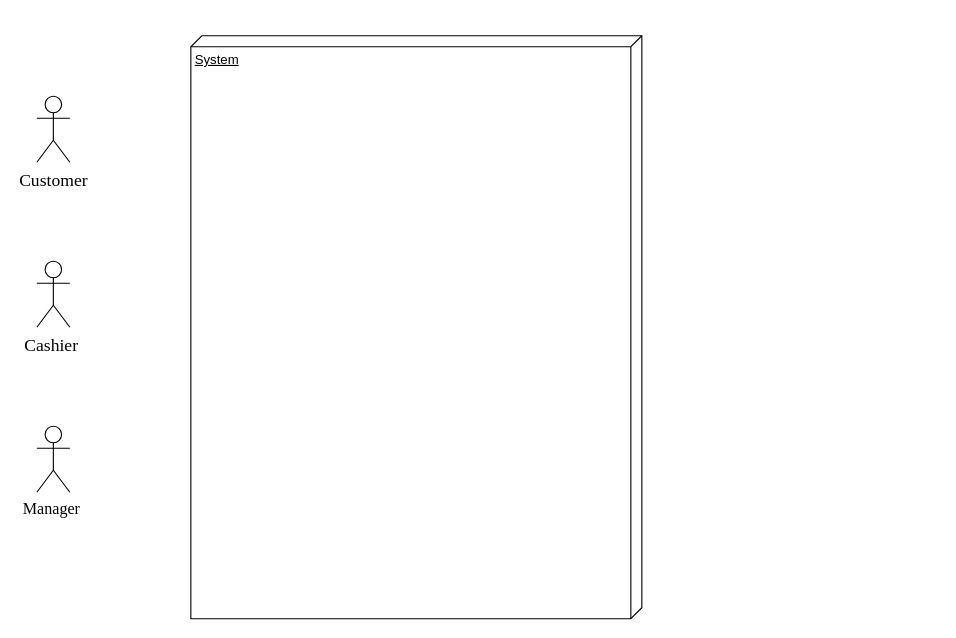
ElonZhang-YQ/FinalProject keeps this draw.io diagram as ass4_1.drawio. Above is the earlier version. Source tidied: cells renumbered, new cells numbered last; positions are measured from the earlier drawing's top-left corner, leaving out a move shared by most shapes. Both pictures are drawn from the tidied source at 110%, with x=0, y=0 at pixel (36, 35).
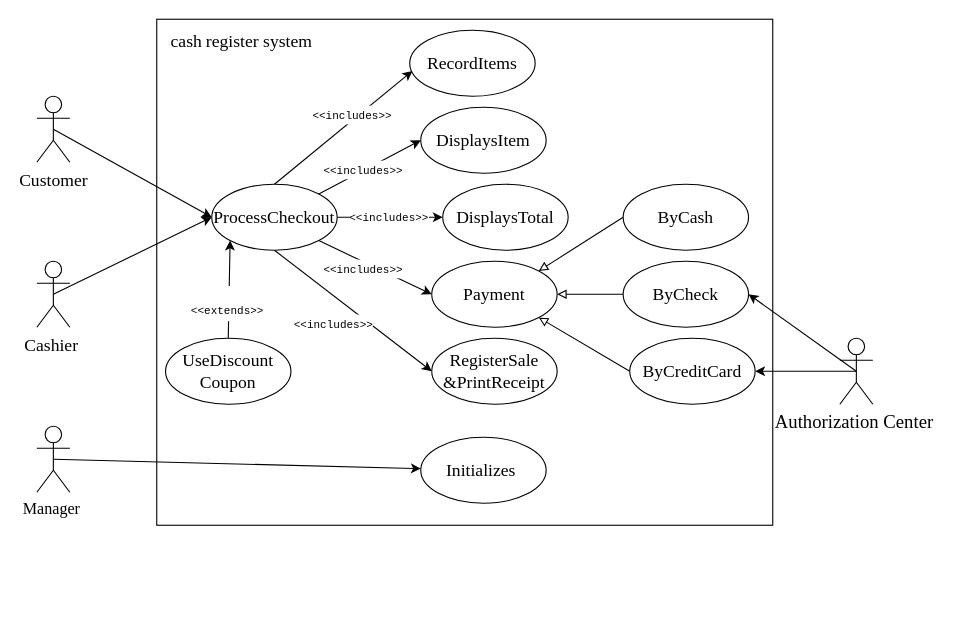
Above is the later version.

The change refers to these unchanged cells:
```xml
<mxCell id="3" value="&lt;span style=&quot;font-size: 12.0pt ; font-family: &amp;#34;times new roman&amp;#34; , serif&quot;&gt;Customer&lt;/span&gt;" style="shape=umlActor;verticalLabelPosition=bottom;verticalAlign=top;html=1;" parent="1" vertex="1">
  <mxGeometry y="55" width="30" height="60" as="geometry" />
</mxCell>
<mxCell id="4" value="&lt;span style=&quot;font-size: 12.0pt ; font-family: &amp;#34;times new roman&amp;#34; , serif&quot;&gt;Cashier&amp;nbsp;&lt;/span&gt;" style="shape=umlActor;verticalLabelPosition=bottom;verticalAlign=top;html=1;" parent="1" vertex="1">
  <mxGeometry y="205" width="30" height="60" as="geometry" />
</mxCell>
<mxCell id="5" value="&lt;span style=&quot;font-size: 11.0pt ; font-family: &amp;#34;times new roman&amp;#34; , serif&quot;&gt;Manager&amp;nbsp;&lt;/span&gt;" style="shape=umlActor;verticalLabelPosition=bottom;verticalAlign=top;html=1;fontFamily=Times New Roman;" parent="1" vertex="1">
  <mxGeometry y="355" width="30" height="60" as="geometry" />
</mxCell>
```

The edit, as a diff of the source:
```diff
@@
-    <mxCell id="2" value="System" style="verticalAlign=top;align=left;spacingTop=8;spacingLeft=2;spacingRight=12;shape=cube;size=10;direction=south;fontStyle=4;html=1;" parent="1" vertex="1">
-      <mxGeometry x="140" width="410" height="530" as="geometry" />
-    </mxCell>
+    <mxCell id="6" style="html=1;fontFamily=Times New Roman;" parent="1" vertex="1">
+      <mxGeometry x="109" y="-15" width="560" height="460" as="geometry" />
+    </mxCell>
+    <mxCell id="7" style="rounded=0;jettySize=auto;html=1;exitX=0.5;exitY=0.5;exitDx=0;exitDy=0;exitPerimeter=0;fontFamily=Times New Roman;" parent="1" edge="1" source="3">
+      <mxGeometry relative="1" as="geometry">
+        <mxPoint x="159" y="165" as="targetPoint" />
+      </mxGeometry>
+    </mxCell>
@@
+    <mxCell id="8" style="rounded=0;jettySize=auto;html=1;exitX=0.5;exitY=0.5;exitDx=0;exitDy=0;exitPerimeter=0;entryX=0;entryY=0.5;entryDx=0;entryDy=0;fontFamily=Times New Roman;" parent="1" edge="1" source="4" target="16">
+      <mxGeometry relative="1" as="geometry" />
+    </mxCell>
@@
+    <mxCell id="9" style="rounded=0;jettySize=auto;html=1;exitX=0.5;exitY=0.5;exitDx=0;exitDy=0;exitPerimeter=0;fontFamily=Times New Roman;" parent="1" edge="1" source="5" target="18">
+      <mxGeometry relative="1" as="geometry" />
+    </mxCell>
@@
+    <mxCell id="10" style="edgeStyle=none;rounded=0;jettySize=auto;html=1;fontFamily=Times New Roman;" parent="1" edge="1" source="16" target="20">
+      <mxGeometry relative="1" as="geometry" />
+    </mxCell>
+    <mxCell id="11" value="&lt;span style=&quot;font-family: &amp;#34;courier&amp;#34;&quot;&gt;&amp;lt;&amp;lt;includes&amp;gt;&amp;gt;&lt;/span&gt;" style="edgeLabel;html=1;align=center;verticalAlign=middle;fontSize=10;" parent="10" vertex="1">
+      <mxGeometry x="-0.32" y="1" relative="1" as="geometry">
+        <mxPoint x="13" y="1" as="offset" />
+      </mxGeometry>
+    </mxCell>
+    <mxCell id="12" style="edgeStyle=none;rounded=0;jettySize=auto;html=1;exitX=1;exitY=0;exitDx=0;exitDy=0;entryX=0;entryY=0.5;entryDx=0;entryDy=0;fontFamily=Times New Roman;" parent="1" edge="1" source="16" target="23">
+      <mxGeometry relative="1" as="geometry" />
+    </mxCell>
+    <mxCell id="13" style="edgeStyle=none;rounded=0;jettySize=auto;html=1;exitX=0.5;exitY=0;exitDx=0;exitDy=0;fontFamily=Times New Roman;entryX=0.021;entryY=0.617;entryDx=0;entryDy=0;entryPerimeter=0;" parent="1" edge="1" source="16" target="22">
+      <mxGeometry relative="1" as="geometry" />
+    </mxCell>
+    <mxCell id="14" style="edgeStyle=none;rounded=0;jettySize=auto;html=1;exitX=0.5;exitY=1;exitDx=0;exitDy=0;fontFamily=Times New Roman;entryX=0;entryY=0.5;entryDx=0;entryDy=0;" parent="1" edge="1" source="16" target="21">
+      <mxGeometry relative="1" as="geometry" />
+    </mxCell>
+    <mxCell id="15" style="edgeStyle=none;rounded=0;jettySize=auto;html=1;exitX=1;exitY=1;exitDx=0;exitDy=0;entryX=0;entryY=0.5;entryDx=0;entryDy=0;fontFamily=Times New Roman;" parent="1" edge="1" source="16" target="28">
+      <mxGeometry relative="1" as="geometry" />
+    </mxCell>
+    <mxCell id="16" value="&lt;span style=&quot;font-size: 12.0pt ; font-family: &amp;#34;times new roman&amp;#34; , serif&quot;&gt;ProcessCheckout&lt;/span&gt;" style="ellipse;whiteSpace=wrap;html=1;fontFamily=Times New Roman;" parent="1" vertex="1">
+      <mxGeometry x="159" y="135" width="114" height="60" as="geometry" />
+    </mxCell>
+    <mxCell id="17" value="&lt;span style=&quot;font-size: 12.0pt ; font-family: &amp;#34;times new roman&amp;#34; , serif&quot;&gt;&lt;span style=&quot;letter-spacing: -0.3pt&quot;&gt;&amp;nbsp;&lt;/span&gt;cash&lt;span style=&quot;letter-spacing: -0.25pt&quot;&gt; &lt;/span&gt;register system&lt;/span&gt;" style="text;html=1;align=center;verticalAlign=middle;strokeColor=none;fillColor=none;fontFamily=Times New Roman;" parent="1" vertex="1">
+      <mxGeometry x="109" y="-5" width="150" height="20" as="geometry" />
+    </mxCell>
+    <mxCell id="18" value="&lt;font face=&quot;times new roman, serif&quot;&gt;&lt;span style=&quot;font-size: 16px&quot;&gt;Initializes&amp;nbsp;&lt;/span&gt;&lt;/font&gt;" style="ellipse;whiteSpace=wrap;html=1;fontFamily=Times New Roman;" parent="1" vertex="1">
+      <mxGeometry x="349" y="365" width="114" height="60" as="geometry" />
+    </mxCell>
+    <mxCell id="19" style="edgeStyle=none;rounded=0;orthogonalLoop=1;jettySize=auto;html=1;exitX=1;exitY=0;exitDx=0;exitDy=0;fontFamily=Times New Roman;" parent="1" edge="1" source="16" target="16">
+      <mxGeometry relative="1" as="geometry" />
+    </mxCell>
+    <mxCell id="20" value="&lt;font face=&quot;times new roman, serif&quot;&gt;&lt;span style=&quot;font-size: 16px&quot;&gt;DisplaysTotal&lt;/span&gt;&lt;/font&gt;" style="ellipse;whiteSpace=wrap;html=1;fontFamily=Times New Roman;" parent="1" vertex="1">
+      <mxGeometry x="369" y="135" width="114" height="60" as="geometry" />
+    </mxCell>
+    <mxCell id="21" value="&lt;font face=&quot;times new roman, serif&quot;&gt;&lt;span style=&quot;font-size: 16px&quot;&gt;RegisterSale &amp;amp;PrintReceipt&lt;/span&gt;&lt;/font&gt;" style="ellipse;whiteSpace=wrap;html=1;fontFamily=Times New Roman;" parent="1" vertex="1">
+      <mxGeometry x="359" y="275" width="114" height="60" as="geometry" />
+    </mxCell>
+    <mxCell id="22" value="&lt;font face=&quot;times new roman, serif&quot;&gt;&lt;span style=&quot;font-size: 16px&quot;&gt;RecordItems&lt;/span&gt;&lt;/font&gt;" style="ellipse;whiteSpace=wrap;html=1;fontFamily=Times New Roman;" parent="1" vertex="1">
+      <mxGeometry x="339" y="-5" width="114" height="60" as="geometry" />
+    </mxCell>
+    <mxCell id="23" value="&lt;font face=&quot;times new roman, serif&quot;&gt;&lt;span style=&quot;font-size: 16px&quot;&gt;DisplaysItem&lt;/span&gt;&lt;/font&gt;" style="ellipse;whiteSpace=wrap;html=1;fontFamily=Times New Roman;" parent="1" vertex="1">
+      <mxGeometry x="349" y="65" width="114" height="60" as="geometry" />
+    </mxCell>
+    <mxCell id="24" style="edgeStyle=none;rounded=0;jettySize=auto;html=1;exitX=0.5;exitY=0;exitDx=0;exitDy=0;entryX=0;entryY=1;entryDx=0;entryDy=0;fontFamily=Times New Roman;fontSize=15;" parent="1" edge="1" source="27" target="16">
+      <mxGeometry relative="1" as="geometry" />
+    </mxCell>
+    <mxCell id="25" style="edgeLabel;html=1;align=center;verticalAlign=middle;fontSize=10;" parent="24" vertex="1">
+      <mxGeometry x="-0.32" y="3" relative="1" as="geometry" />
+    </mxCell>
+    <mxCell id="26" value="&lt;span style=&quot;font-family: &amp;#34;courier&amp;#34;&quot;&gt;&amp;lt;&amp;lt;extends&amp;gt;&amp;gt;&lt;/span&gt;&lt;span style=&quot;font-size: 20pt ; font-family: &amp;#34;perpetua&amp;#34;&quot;&gt;&lt;/span&gt;" style="edgeLabel;html=1;align=center;verticalAlign=middle;fontSize=10;" parent="24" vertex="1">
+      <mxGeometry x="-0.29" y="2" relative="1" as="geometry" />
+    </mxCell>
+    <mxCell id="27" value="&lt;span style=&quot;font-size: 12.0pt ; font-family: &amp;#34;times new roman&amp;#34; , serif&quot;&gt;UseDiscount&lt;br&gt;Coupon&lt;br&gt;&lt;/span&gt;" style="ellipse;whiteSpace=wrap;html=1;fontFamily=Times New Roman;" parent="1" vertex="1">
+      <mxGeometry x="117" y="275" width="114" height="60" as="geometry" />
+    </mxCell>
+    <mxCell id="28" value="&lt;span style=&quot;font-size: 12.0pt ; font-family: &amp;#34;times new roman&amp;#34; , serif&quot;&gt;Payment&lt;/span&gt;" style="ellipse;whiteSpace=wrap;html=1;fontFamily=Times New Roman;" parent="1" vertex="1">
+      <mxGeometry x="359" y="205" width="114" height="60" as="geometry" />
+    </mxCell>
+    <mxCell id="29" style="edgeStyle=none;rounded=0;jettySize=auto;html=1;exitX=0;exitY=0.5;exitDx=0;exitDy=0;entryX=1;entryY=0.5;entryDx=0;entryDy=0;fontSize=10;endArrow=block;endFill=0;" parent="1" edge="1" source="30" target="28">
+      <mxGeometry relative="1" as="geometry" />
+    </mxCell>
+    <mxCell id="30" value="&lt;font face=&quot;times new roman, serif&quot;&gt;&lt;span style=&quot;font-size: 16px&quot;&gt;ByCheck&lt;/span&gt;&lt;/font&gt;" style="ellipse;whiteSpace=wrap;html=1;fontFamily=Times New Roman;" parent="1" vertex="1">
+      <mxGeometry x="533" y="205" width="114" height="60" as="geometry" />
+    </mxCell>
+    <mxCell id="31" style="edgeStyle=none;rounded=0;jettySize=auto;html=1;exitX=0;exitY=0.5;exitDx=0;exitDy=0;fontSize=10;endArrow=block;endFill=0;entryX=1;entryY=0;entryDx=0;entryDy=0;" parent="1" edge="1" source="32" target="28">
+      <mxGeometry relative="1" as="geometry" />
+    </mxCell>
+    <mxCell id="32" value="&lt;font face=&quot;times new roman, serif&quot;&gt;&lt;span style=&quot;font-size: 16px&quot;&gt;ByCash&lt;/span&gt;&lt;/font&gt;" style="ellipse;whiteSpace=wrap;html=1;fontFamily=Times New Roman;" parent="1" vertex="1">
+      <mxGeometry x="533" y="135" width="114" height="60" as="geometry" />
+    </mxCell>
+    <mxCell id="33" style="edgeStyle=none;rounded=0;jettySize=auto;html=1;exitX=0;exitY=0.5;exitDx=0;exitDy=0;fontSize=10;endArrow=block;endFill=0;entryX=1;entryY=1;entryDx=0;entryDy=0;" parent="1" edge="1" source="34" target="28">
+      <mxGeometry relative="1" as="geometry" />
+    </mxCell>
+    <mxCell id="34" value="&lt;font face=&quot;times new roman, serif&quot;&gt;&lt;span style=&quot;font-size: 16px&quot;&gt;ByCreditCard&lt;/span&gt;&lt;/font&gt;" style="ellipse;whiteSpace=wrap;html=1;fontFamily=Times New Roman;" parent="1" vertex="1">
+      <mxGeometry x="539" y="275" width="114" height="60" as="geometry" />
+    </mxCell>
+    <mxCell id="35" style="edgeStyle=none;rounded=0;jettySize=auto;html=1;exitX=0.5;exitY=0.5;exitDx=0;exitDy=0;exitPerimeter=0;entryX=1;entryY=0.5;entryDx=0;entryDy=0;fontFamily=Times New Roman;" parent="1" edge="1" source="37" target="34">
+      <mxGeometry relative="1" as="geometry" />
+    </mxCell>
+    <mxCell id="36" style="edgeStyle=none;rounded=0;jettySize=auto;html=1;exitX=0.5;exitY=0.5;exitDx=0;exitDy=0;exitPerimeter=0;entryX=1;entryY=0.5;entryDx=0;entryDy=0;fontFamily=Times New Roman;" parent="1" edge="1" source="37" target="30">
+      <mxGeometry relative="1" as="geometry" />
+    </mxCell>
+    <mxCell id="37" value="&lt;font style=&quot;font-size: 17px&quot;&gt;Authorization Center&amp;nbsp;&lt;/font&gt;" style="shape=umlActor;verticalLabelPosition=bottom;verticalAlign=top;html=1;fontFamily=Times New Roman;" parent="1" vertex="1">
+      <mxGeometry x="730" y="275" width="30" height="60" as="geometry" />
+    </mxCell>
+    <mxCell id="38" value="&lt;span style=&quot;color: rgb(0 , 0 , 0) ; font-family: &amp;#34;courier&amp;#34; ; font-style: normal ; font-weight: 400 ; letter-spacing: normal ; text-align: center ; text-indent: 0px ; text-transform: none ; word-spacing: 0px ; background-color: rgb(255 , 255 , 255) ; display: inline ; float: none&quot;&gt;&lt;font style=&quot;font-size: 10px&quot;&gt;&amp;lt;&amp;lt;includes&amp;gt;&amp;gt;&lt;/font&gt;&lt;/span&gt;" style="text;whiteSpace=wrap;html=1;fontSize=15;fontFamily=Times New Roman;" parent="1" vertex="1">
+      <mxGeometry x="249" y="55" width="80" height="30" as="geometry" />
+    </mxCell>
+    <mxCell id="39" value="&lt;span style=&quot;color: rgb(0 , 0 , 0) ; font-family: &amp;#34;courier&amp;#34; ; font-style: normal ; font-weight: 400 ; letter-spacing: normal ; text-align: center ; text-indent: 0px ; text-transform: none ; word-spacing: 0px ; background-color: rgb(255 , 255 , 255) ; display: inline ; float: none&quot;&gt;&lt;font style=&quot;font-size: 10px&quot;&gt;&amp;lt;&amp;lt;includes&amp;gt;&amp;gt;&lt;/font&gt;&lt;/span&gt;" style="text;whiteSpace=wrap;html=1;fontSize=15;fontFamily=Times New Roman;" parent="1" vertex="1">
+      <mxGeometry x="232" y="245" width="80" height="30" as="geometry" />
+    </mxCell>
+    <mxCell id="40" value="&lt;span style=&quot;color: rgb(0 , 0 , 0) ; font-family: &amp;#34;courier&amp;#34; ; font-style: normal ; font-weight: 400 ; letter-spacing: normal ; text-align: center ; text-indent: 0px ; text-transform: none ; word-spacing: 0px ; background-color: rgb(255 , 255 , 255) ; display: inline ; float: none&quot;&gt;&lt;font style=&quot;font-size: 10px&quot;&gt;&amp;lt;&amp;lt;includes&amp;gt;&amp;gt;&lt;/font&gt;&lt;/span&gt;" style="text;whiteSpace=wrap;html=1;fontSize=15;fontFamily=Times New Roman;" parent="1" vertex="1">
+      <mxGeometry x="259" y="195" width="80" height="30" as="geometry" />
+    </mxCell>
+    <mxCell id="41" value="&lt;span style=&quot;color: rgb(0 , 0 , 0) ; font-family: &amp;#34;courier&amp;#34; ; font-style: normal ; font-weight: 400 ; letter-spacing: normal ; text-align: center ; text-indent: 0px ; text-transform: none ; word-spacing: 0px ; background-color: rgb(255 , 255 , 255) ; display: inline ; float: none&quot;&gt;&lt;font style=&quot;font-size: 10px&quot;&gt;&amp;lt;&amp;lt;includes&amp;gt;&amp;gt;&lt;/font&gt;&lt;/span&gt;" style="text;whiteSpace=wrap;html=1;fontSize=15;fontFamily=Times New Roman;" parent="1" vertex="1">
+      <mxGeometry x="259" y="105" width="80" height="30" as="geometry" />
+    </mxCell>
```
